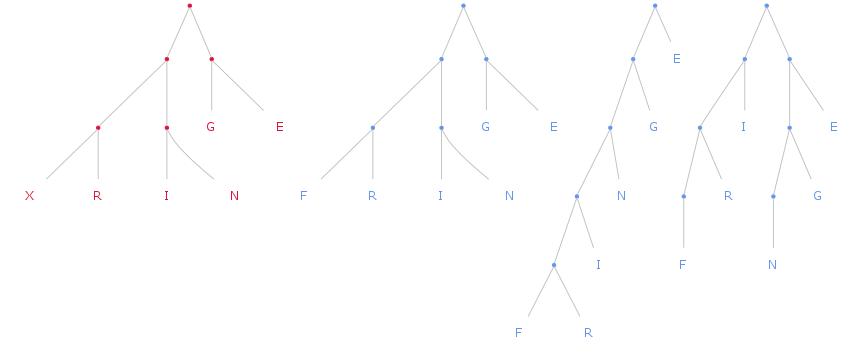
Earlier version of the Graphviz export web/images/samefringe.png (berkus/home). Its source is kept beside it as web/tech/samefringe.dot.
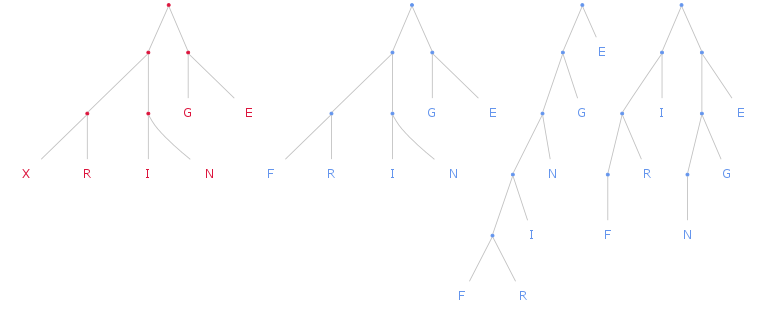
After the commit.

Change to the diagram source:
```diff
@@ -1,5 +1,5 @@
 digraph G{
-  size="9,4"
+  size="8,4"
   node[shape=point color=crimson]
   edge[arrowhead=none color=gray]
 
```
